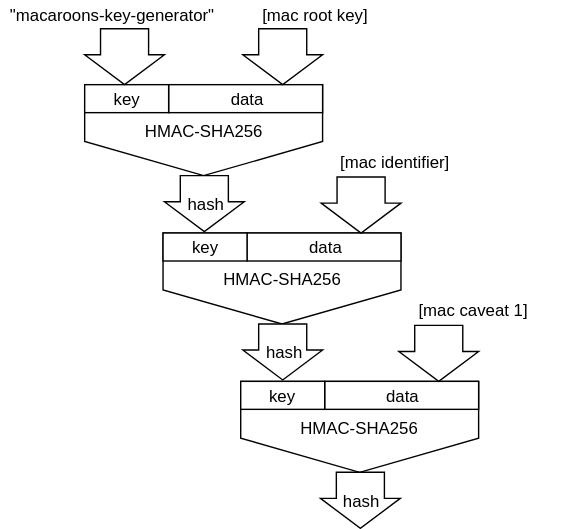
Above: img/slides-06/macaroons-hash-chain.svg in guggero/lightning-workshop (draw.io), before the change. Source tidied: cells renumbered, new cells last; positions are measured from the earlier drawing's top-left corner, leaving out a move shared by most shapes.
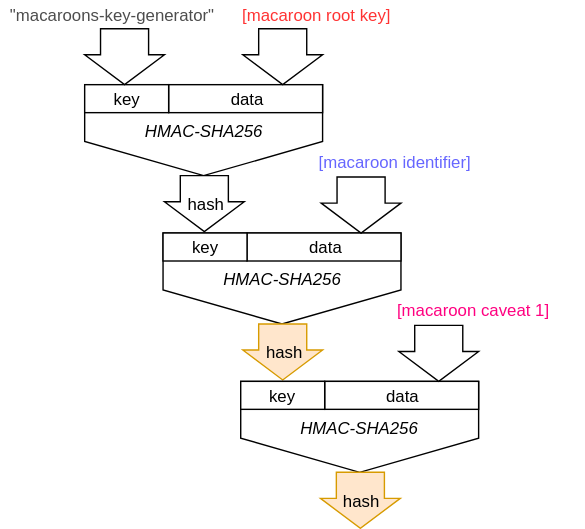
After the commit.

Commit message:
Finish macaroon slides

Change to the diagram source:
```diff
@@ -2,16 +2,16 @@
   <root>
     <mxCell id="0" />
     <mxCell id="1" parent="0" />
-    <mxCell id="2" value="&lt;font style=&quot;font-size: 12px&quot;&gt;&quot;macaroons-key-generator&quot;&lt;/font&gt;" style="text;html=1;strokeColor=none;fillColor=none;align=center;verticalAlign=middle;whiteSpace=wrap;rounded=0;" parent="1" vertex="1">
+    <mxCell id="2" value="&lt;font style=&quot;font-size: 12px&quot;&gt;&quot;macaroons-key-generator&quot;&lt;/font&gt;" style="text;html=1;strokeColor=none;fillColor=none;align=center;verticalAlign=middle;whiteSpace=wrap;rounded=0;fontColor=#4D4D4D;" parent="1" vertex="1">
       <mxGeometry width="160" height="20" as="geometry" />
     </mxCell>
-    <mxCell id="3" value="&lt;font style=&quot;font-size: 12px&quot;&gt;[mac root key]&lt;/font&gt;" style="text;html=1;strokeColor=none;fillColor=none;align=center;verticalAlign=middle;whiteSpace=wrap;rounded=0;" parent="1" vertex="1">
+    <mxCell id="3" value="&lt;font style=&quot;font-size: 12px&quot;&gt;[macaroon root key]&lt;/font&gt;" style="text;html=1;strokeColor=none;fillColor=none;align=center;verticalAlign=middle;whiteSpace=wrap;rounded=0;fontColor=#FF3333;" parent="1" vertex="1">
       <mxGeometry x="145" width="160" height="20" as="geometry" />
     </mxCell>
     <mxCell id="4" style="group;" parent="1" vertex="1">
       <mxGeometry x="60" y="20" width="170" height="145" as="geometry" />
     </mxCell>
-    <mxCell id="5" value="HMAC-SHA256" style="shape=offPageConnector;whiteSpace=wrap;html=1;" parent="4" vertex="1">
+    <mxCell id="5" value="&lt;i&gt;HMAC-SHA256&lt;/i&gt;" style="shape=offPageConnector;whiteSpace=wrap;html=1;" parent="4" vertex="1">
       <mxGeometry y="40" width="170" height="65" as="geometry" />
     </mxCell>
     <mxCell id="6" value="hash" style="shape=singleArrow;direction=south;whiteSpace=wrap;html=1;arrowWidth=0.6023013304566647;arrowSize=0.5339805825242727;" parent="4" vertex="1">
@@ -32,10 +32,10 @@
     <mxCell id="11" style="group;" parent="1" vertex="1">
       <mxGeometry x="116" y="126" width="170" height="145" as="geometry" />
     </mxCell>
-    <mxCell id="12" value="HMAC-SHA256" style="shape=offPageConnector;whiteSpace=wrap;html=1;" parent="11" vertex="1">
+    <mxCell id="12" value="&lt;i&gt;HMAC-SHA256&lt;/i&gt;" style="shape=offPageConnector;whiteSpace=wrap;html=1;" parent="11" vertex="1">
       <mxGeometry y="40" width="170" height="65" as="geometry" />
     </mxCell>
-    <mxCell id="13" value="hash" style="shape=singleArrow;direction=south;whiteSpace=wrap;html=1;arrowWidth=0.6023013304566647;arrowSize=0.5339805825242727;" parent="11" vertex="1">
+    <mxCell id="13" value="hash" style="shape=singleArrow;direction=south;whiteSpace=wrap;html=1;arrowWidth=0.6023013304566647;arrowSize=0.5339805825242727;fillColor=#ffe6cc;strokeColor=#d79b00;" parent="11" vertex="1">
       <mxGeometry x="57" y="105" width="57" height="40" as="geometry" />
     </mxCell>
     <mxCell id="14" value="data" style="rounded=0;whiteSpace=wrap;html=1;" parent="11" vertex="1">
@@ -50,10 +50,10 @@
     <mxCell id="17" style="group;" parent="1" vertex="1">
       <mxGeometry x="171.5" y="232" width="170" height="145" as="geometry" />
     </mxCell>
-    <mxCell id="18" value="HMAC-SHA256" style="shape=offPageConnector;whiteSpace=wrap;html=1;" parent="17" vertex="1">
+    <mxCell id="18" value="&lt;i&gt;HMAC-SHA256&lt;/i&gt;" style="shape=offPageConnector;whiteSpace=wrap;html=1;" parent="17" vertex="1">
       <mxGeometry y="40" width="170" height="65" as="geometry" />
     </mxCell>
-    <mxCell id="19" value="hash" style="shape=singleArrow;direction=south;whiteSpace=wrap;html=1;arrowWidth=0.6023013304566647;arrowSize=0.5339805825242727;" parent="17" vertex="1">
+    <mxCell id="19" value="hash" style="shape=singleArrow;direction=south;whiteSpace=wrap;html=1;arrowWidth=0.6023013304566647;arrowSize=0.5339805825242727;fillColor=#ffe6cc;strokeColor=#d79b00;" parent="17" vertex="1">
       <mxGeometry x="57" y="105" width="57" height="40" as="geometry" />
     </mxCell>
     <mxCell id="20" value="data" style="rounded=0;whiteSpace=wrap;html=1;" parent="17" vertex="1">
@@ -65,10 +65,10 @@
     <mxCell id="22" style="shape=singleArrow;direction=south;whiteSpace=wrap;html=1;arrowWidth=0.6023013304566647;arrowSize=0.5339805825242727;" parent="17" vertex="1">
       <mxGeometry x="113" width="57" height="40" as="geometry" />
     </mxCell>
-    <mxCell id="23" value="&lt;font style=&quot;font-size: 12px&quot;&gt;[mac identifier]&lt;/font&gt;" style="text;html=1;strokeColor=none;fillColor=none;align=center;verticalAlign=middle;whiteSpace=wrap;rounded=0;" parent="1" vertex="1">
+    <mxCell id="23" value="&lt;font style=&quot;font-size: 12px&quot;&gt;[macaroon identifier]&lt;/font&gt;" style="text;html=1;strokeColor=none;fillColor=none;align=center;verticalAlign=middle;whiteSpace=wrap;rounded=0;fontColor=#6666FF;" parent="1" vertex="1">
       <mxGeometry x="201" y="105" width="160" height="20" as="geometry" />
     </mxCell>
-    <mxCell id="24" value="&lt;font style=&quot;font-size: 12px&quot;&gt;[mac caveat 1]&lt;/font&gt;" style="text;html=1;strokeColor=none;fillColor=none;align=center;verticalAlign=middle;whiteSpace=wrap;rounded=0;" parent="1" vertex="1">
+    <mxCell id="24" value="&lt;font style=&quot;font-size: 12px&quot;&gt;[macaroon caveat 1]&lt;/font&gt;" style="text;html=1;strokeColor=none;fillColor=none;align=center;verticalAlign=middle;whiteSpace=wrap;rounded=0;fontColor=#FF0080;" parent="1" vertex="1">
       <mxGeometry x="257" y="211" width="160" height="20" as="geometry" />
     </mxCell>
   </root>
```
